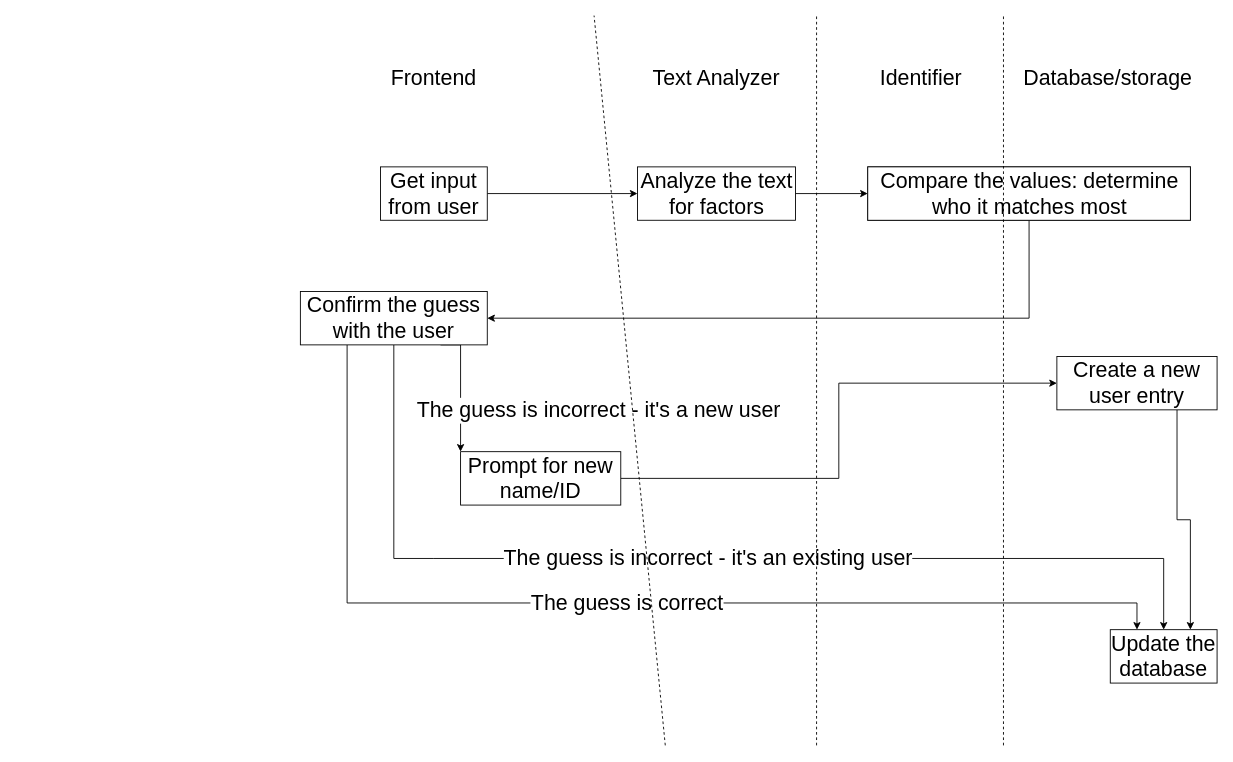
Before: Tracking Project Flowchart.drawio in 2br-2b/Tracking-Project, a draw.io diagram. Source tidied: cells renumbered, new cells numbered last; positions are measured from the earlier drawing's top-left corner, leaving out a move shared by most shapes. Both pictures are drawn from the tidied source at 89%, with x=0, y=0 at pixel (300, 15).
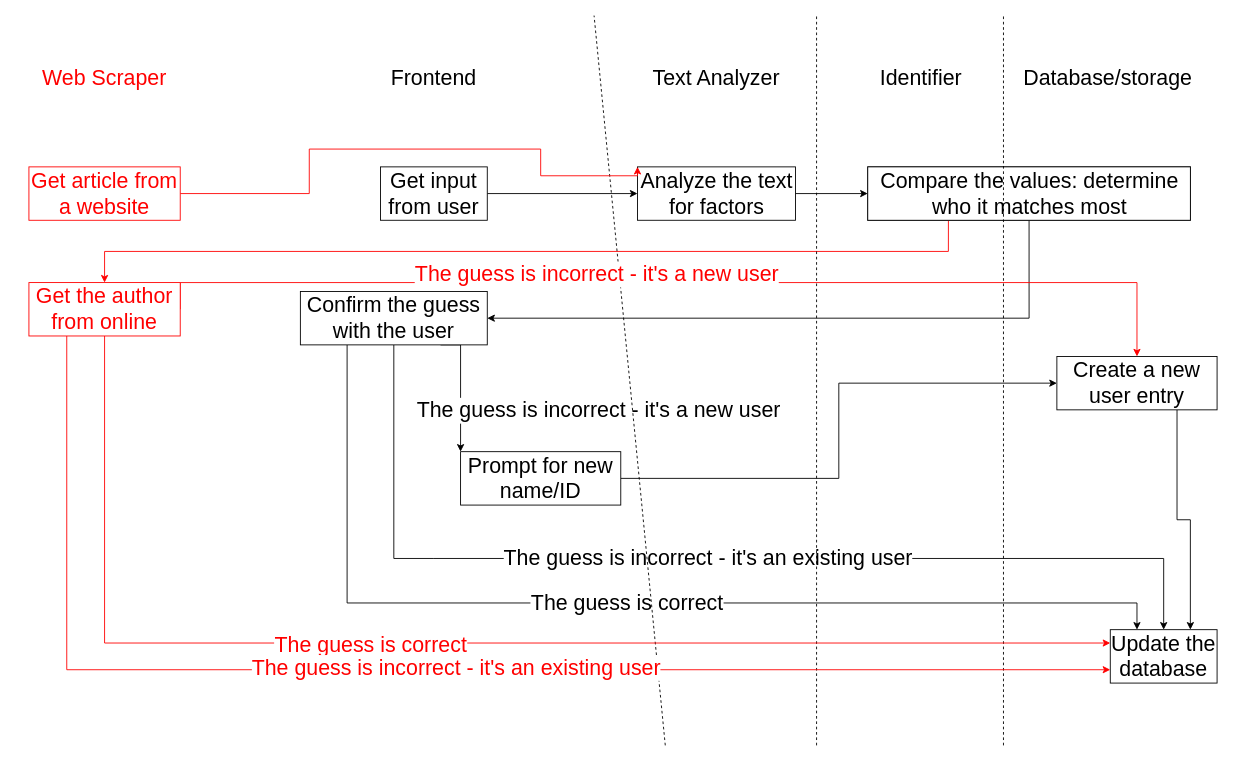
After the change.

Commit message:
Added web scraper

The change refers to these unchanged cells:
```xml
<mxCell id="7" value="&lt;font style=&quot;font-size: 24px;&quot;&gt;Analyze the text for factors&lt;/font&gt;" style="rounded=0;whiteSpace=wrap;html=1;fontSize=24;" parent="1" vertex="1">
  <mxGeometry x="378.8" y="170" width="177.5" height="60" as="geometry" />
</mxCell>
<mxCell id="16" value="Create a new user entry" style="rounded=0;whiteSpace=wrap;html=1;fontSize=24;" parent="1" vertex="1">
  <mxGeometry x="850" y="383" width="180" height="60" as="geometry" />
</mxCell>
<mxCell id="17" value="Update the database" style="rounded=0;whiteSpace=wrap;html=1;fontSize=24;" parent="1" vertex="1">
  <mxGeometry x="910" y="690" width="120" height="60" as="geometry" />
</mxCell>
<mxCell id="19" value="&lt;font style=&quot;font-size: 24px;&quot;&gt;Compare the values: determine who it matches most&lt;/font&gt;" style="rounded=0;whiteSpace=wrap;html=1;fontSize=24;" parent="1" vertex="1">
  <mxGeometry x="637.5" y="170" width="362.5" height="60" as="geometry" />
</mxCell>
```

Diff of the diagram source:
```diff
@@
+    <mxCell id="25" style="edgeStyle=orthogonalEdgeStyle;rounded=0;jettySize=auto;html=1;exitX=0.25;exitY=1;exitDx=0;exitDy=0;strokeColor=#FF0000;fontSize=24;fontColor=#ff0000;entryX=0.5;entryY=0;entryDx=0;entryDy=0;" parent="1" edge="1" source="19" target="35">
+      <mxGeometry relative="1" as="geometry" />
+    </mxCell>
@@
+    <mxCell id="26" value="Web Scraper" style="text;html=1;strokeColor=none;fillColor=none;align=center;verticalAlign=middle;whiteSpace=wrap;rounded=0;fontSize=24;fontColor=#FF0000;" parent="1" vertex="1">
+      <mxGeometry x="-320" y="60" width="200" height="20" as="geometry" />
+    </mxCell>
+    <mxCell id="27" style="edgeStyle=orthogonalEdgeStyle;rounded=0;jettySize=auto;html=1;exitX=1;exitY=0.5;exitDx=0;exitDy=0;fontSize=24;fontColor=#ff0000;strokeColor=#FF0000;entryX=0;entryY=0;entryDx=0;entryDy=0;" parent="1" edge="1" source="28" target="7">
+      <mxGeometry relative="1" as="geometry">
+        <Array as="points">
+          <mxPoint x="10" y="200" />
+          <mxPoint x="10" y="150" />
+          <mxPoint x="270" y="150" />
+          <mxPoint x="270" y="180" />
+          <mxPoint x="379" y="180" />
+        </Array>
+      </mxGeometry>
+    </mxCell>
+    <mxCell id="28" value="Get article from a website" style="rounded=0;whiteSpace=wrap;html=1;fontSize=24;strokeColor=#FF0000;fontColor=#ff0000;" parent="1" vertex="1">
+      <mxGeometry x="-305" y="170" width="170" height="60" as="geometry" />
+    </mxCell>
+    <mxCell id="29" style="edgeStyle=orthogonalEdgeStyle;rounded=0;jettySize=auto;html=1;exitX=1;exitY=0.5;exitDx=0;exitDy=0;entryX=0.5;entryY=0;entryDx=0;entryDy=0;strokeColor=#FF0000;fontSize=24;fontColor=#ff0000;" parent="1" edge="1" source="35" target="16">
+      <mxGeometry relative="1" as="geometry">
+        <Array as="points">
+          <mxPoint x="-135" y="300" />
+          <mxPoint x="940" y="300" />
+        </Array>
+      </mxGeometry>
+    </mxCell>
+    <mxCell id="30" value="&lt;span&gt;&lt;font color=&quot;#ff0000&quot;&gt;The guess is incorrect - it's a new user&lt;/font&gt;&lt;/span&gt;" style="edgeLabel;html=1;align=center;verticalAlign=middle;fontSize=24;fontColor=#ff0000;" parent="29" vertex="1">
+      <mxGeometry x="-0.25" relative="1" as="geometry">
+        <mxPoint x="51" y="-10" as="offset" />
+      </mxGeometry>
+    </mxCell>
+    <mxCell id="31" style="edgeStyle=orthogonalEdgeStyle;rounded=0;jettySize=auto;html=1;exitX=0.5;exitY=1;exitDx=0;exitDy=0;strokeColor=#FF0000;fontSize=24;fontColor=#ff0000;entryX=0;entryY=0.25;entryDx=0;entryDy=0;" parent="1" edge="1" source="35" target="17">
+      <mxGeometry relative="1" as="geometry">
+        <Array as="points">
+          <mxPoint x="-220" y="705" />
+        </Array>
+      </mxGeometry>
+    </mxCell>
+    <mxCell id="32" value="&lt;span&gt;The guess is correct&lt;/span&gt;" style="edgeLabel;html=1;align=center;verticalAlign=middle;fontSize=24;fontColor=#ff0000;" parent="31" vertex="1">
+      <mxGeometry x="-0.13" y="-2" relative="1" as="geometry">
+        <mxPoint x="1" as="offset" />
+      </mxGeometry>
+    </mxCell>
+    <mxCell id="33" style="edgeStyle=orthogonalEdgeStyle;rounded=0;jettySize=auto;html=1;exitX=0.25;exitY=1;exitDx=0;exitDy=0;entryX=0;entryY=0.75;entryDx=0;entryDy=0;strokeColor=#FF0000;fontSize=24;fontColor=#ff0000;" parent="1" edge="1" source="35" target="17">
+      <mxGeometry relative="1" as="geometry" />
+    </mxCell>
+    <mxCell id="34" value="&lt;span&gt;&lt;font color=&quot;#ff0000&quot;&gt;The guess is incorrect - it's an existing user&lt;/font&gt;&lt;br&gt;&lt;/span&gt;" style="edgeLabel;html=1;align=center;verticalAlign=middle;fontSize=24;fontColor=#ff0000;" parent="33" vertex="1">
+      <mxGeometry x="0.05" y="3" relative="1" as="geometry" />
+    </mxCell>
+    <mxCell id="35" value="Get the author from online" style="rounded=0;whiteSpace=wrap;html=1;fontSize=24;strokeColor=#FF0000;fontColor=#ff0000;" parent="1" vertex="1">
+      <mxGeometry x="-305" y="300" width="170" height="60" as="geometry" />
+    </mxCell>
```
